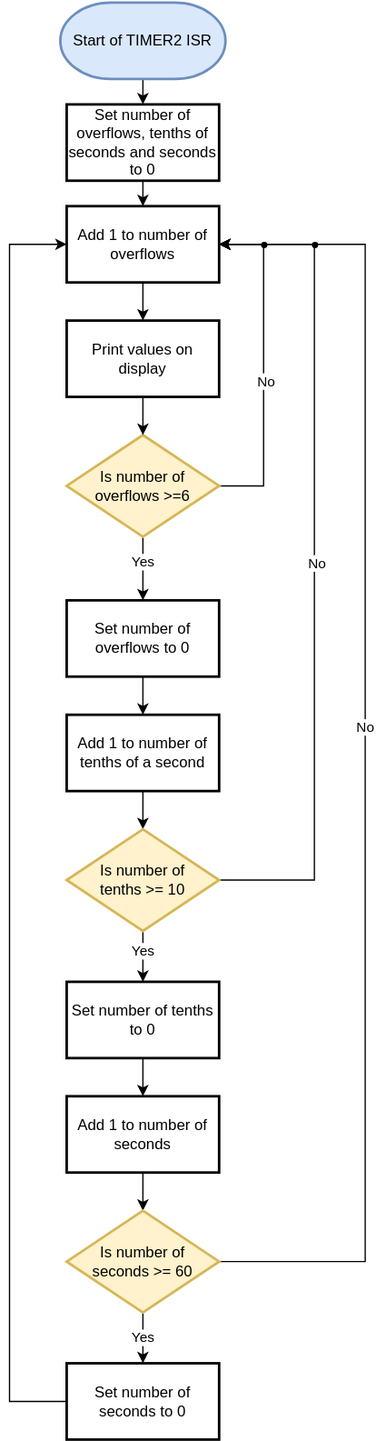
Dan5049/Digital-electronic-2 keeps this draw.io diagram as Labs/06-lcd/images/FlowChart.svg. Above is the earlier version. Source tidied: cells renumbered, new cells last; positions are measured from the earlier drawing's top-left corner, leaving out a move shared by most shapes. The source it was exported from:
```xml
<mxGraphModel>
  <root>
    <mxCell id="0" />
    <mxCell id="1" parent="0" />
    <mxCell id="2" style="edgeStyle=orthogonalEdgeStyle;rounded=0;jettySize=auto;html=1;exitX=0.5;exitY=1;exitDx=0;exitDy=0;exitPerimeter=0;entryX=0.5;entryY=0;entryDx=0;entryDy=0;" parent="1" edge="1" source="3" target="29">
      <mxGeometry relative="1" as="geometry" />
    </mxCell>
    <mxCell id="3" value="Start of TIMER2 ISR" style="strokeWidth=2;html=1;shape=mxgraph.flowchart.terminator;whiteSpace=wrap;rounded=1;glass=0;fillColor=#dae8fc;strokeColor=#6c8ebf;" parent="1" vertex="1">
      <mxGeometry x="40" width="130" height="60" as="geometry" />
    </mxCell>
    <mxCell id="4" style="edgeStyle=orthogonalEdgeStyle;rounded=0;jettySize=auto;html=1;" parent="1" edge="1" source="5" target="31">
      <mxGeometry relative="1" as="geometry" />
    </mxCell>
    <mxCell id="5" value="Add 1 to number of overflows" style="whiteSpace=wrap;html=1;rounded=0;strokeWidth=2;glass=0;" parent="1" vertex="1">
      <mxGeometry x="45" y="160" width="120" height="60" as="geometry" />
    </mxCell>
    <mxCell id="6" style="edgeStyle=orthogonalEdgeStyle;rounded=0;jettySize=auto;html=1;exitX=1;exitY=0.5;exitDx=0;exitDy=0;entryX=1;entryY=0.5;entryDx=0;entryDy=0;" parent="1" edge="1" source="9" target="5">
      <mxGeometry relative="1" as="geometry">
        <Array as="points">
          <mxPoint x="200" y="380" />
          <mxPoint x="200" y="190" />
        </Array>
      </mxGeometry>
    </mxCell>
    <mxCell id="7" value="No" style="edgeLabel;html=1;align=center;verticalAlign=middle;" parent="6" vertex="1">
      <mxGeometry x="-0.09" y="-2" relative="1" as="geometry" />
    </mxCell>
    <mxCell id="8" value="Yes" style="edgeStyle=orthogonalEdgeStyle;rounded=0;jettySize=auto;html=1;exitX=0.5;exitY=1;exitDx=0;exitDy=0;entryX=0.5;entryY=0;entryDx=0;entryDy=0;" parent="1" edge="1" source="9" target="23">
      <mxGeometry x="-0.2" relative="1" as="geometry" />
    </mxCell>
    <mxCell id="9" value="Is number of overflows &amp;gt;=6" style="rhombus;whiteSpace=wrap;html=1;rounded=0;strokeWidth=2;glass=0;fillColor=#fff2cc;strokeColor=#d6b656;" parent="1" vertex="1">
      <mxGeometry x="45" y="340" width="120" height="80" as="geometry" />
    </mxCell>
    <mxCell id="10" style="edgeStyle=orthogonalEdgeStyle;rounded=0;jettySize=auto;html=1;exitX=0.5;exitY=1;exitDx=0;exitDy=0;entryX=0.5;entryY=0;entryDx=0;entryDy=0;" parent="1" edge="1" source="11" target="15">
      <mxGeometry relative="1" as="geometry" />
    </mxCell>
    <mxCell id="11" value="Add 1 to number of tenths of a second" style="whiteSpace=wrap;html=1;rounded=0;strokeWidth=2;glass=0;" parent="1" vertex="1">
      <mxGeometry x="45" y="560" width="120" height="60" as="geometry" />
    </mxCell>
    <mxCell id="12" value="Yes" style="edgeStyle=orthogonalEdgeStyle;rounded=0;jettySize=auto;html=1;exitX=0.5;exitY=1;exitDx=0;exitDy=0;entryX=0.5;entryY=0;entryDx=0;entryDy=0;" parent="1" edge="1" source="15" target="25">
      <mxGeometry x="-0.2" relative="1" as="geometry" />
    </mxCell>
    <mxCell id="13" style="edgeStyle=orthogonalEdgeStyle;rounded=0;jettySize=auto;html=1;exitX=1;exitY=0.5;exitDx=0;exitDy=0;entryX=1;entryY=0.5;entryDx=0;entryDy=0;" parent="1" edge="1" source="15" target="5">
      <mxGeometry relative="1" as="geometry">
        <Array as="points">
          <mxPoint x="240" y="690" />
          <mxPoint x="240" y="190" />
        </Array>
      </mxGeometry>
    </mxCell>
    <mxCell id="14" value="No" style="edgeLabel;html=1;align=center;verticalAlign=middle;" parent="13" vertex="1">
      <mxGeometry x="-0.2" y="-2" relative="1" as="geometry">
        <mxPoint y="-64" as="offset" />
      </mxGeometry>
    </mxCell>
    <mxCell id="15" value="Is number of &lt;br&gt;tenths &amp;gt;= 10" style="rhombus;whiteSpace=wrap;html=1;rounded=0;strokeWidth=2;glass=0;fillColor=#fff2cc;strokeColor=#d6b656;" parent="1" vertex="1">
      <mxGeometry x="45" y="650" width="120" height="80" as="geometry" />
    </mxCell>
    <mxCell id="16" style="edgeStyle=orthogonalEdgeStyle;rounded=0;jettySize=auto;html=1;exitX=0.5;exitY=1;exitDx=0;exitDy=0;entryX=0.5;entryY=0;entryDx=0;entryDy=0;" parent="1" edge="1" source="17" target="21">
      <mxGeometry relative="1" as="geometry" />
    </mxCell>
    <mxCell id="17" value="Add 1 to number of seconds" style="whiteSpace=wrap;html=1;rounded=0;strokeWidth=2;glass=0;" parent="1" vertex="1">
      <mxGeometry x="45" y="860" width="120" height="60" as="geometry" />
    </mxCell>
    <mxCell id="18" value="Yes" style="edgeStyle=orthogonalEdgeStyle;rounded=0;jettySize=auto;html=1;exitX=0.5;exitY=1;exitDx=0;exitDy=0;entryX=0.5;entryY=0;entryDx=0;entryDy=0;" parent="1" edge="1" source="21" target="27">
      <mxGeometry relative="1" as="geometry" />
    </mxCell>
    <mxCell id="19" style="edgeStyle=orthogonalEdgeStyle;rounded=0;jettySize=auto;html=1;exitX=1;exitY=0.5;exitDx=0;exitDy=0;entryX=1;entryY=0.5;entryDx=0;entryDy=0;" parent="1" edge="1" source="21" target="5">
      <mxGeometry relative="1" as="geometry">
        <Array as="points">
          <mxPoint x="280" y="990" />
          <mxPoint x="280" y="190" />
        </Array>
      </mxGeometry>
    </mxCell>
    <mxCell id="20" value="No" style="edgeLabel;html=1;align=center;verticalAlign=middle;" parent="19" vertex="1">
      <mxGeometry x="-0.4" y="-3" relative="1" as="geometry">
        <mxPoint x="-3" y="-227" as="offset" />
      </mxGeometry>
    </mxCell>
    <mxCell id="21" value="Is number of &lt;br&gt;seconds &amp;gt;= 60" style="rhombus;whiteSpace=wrap;html=1;rounded=0;strokeWidth=2;glass=0;fillColor=#fff2cc;strokeColor=#d6b656;" parent="1" vertex="1">
      <mxGeometry x="45" y="950" width="120" height="80" as="geometry" />
    </mxCell>
    <mxCell id="22" style="edgeStyle=orthogonalEdgeStyle;rounded=0;jettySize=auto;html=1;exitX=0.5;exitY=1;exitDx=0;exitDy=0;entryX=0.5;entryY=0;entryDx=0;entryDy=0;" parent="1" edge="1" source="23" target="11">
      <mxGeometry relative="1" as="geometry" />
    </mxCell>
    <mxCell id="23" value="Set number of overflows to 0" style="whiteSpace=wrap;html=1;rounded=0;strokeWidth=2;glass=0;" parent="1" vertex="1">
      <mxGeometry x="45" y="470" width="120" height="60" as="geometry" />
    </mxCell>
    <mxCell id="24" style="edgeStyle=orthogonalEdgeStyle;rounded=0;jettySize=auto;html=1;exitX=0.5;exitY=1;exitDx=0;exitDy=0;entryX=0.5;entryY=0;entryDx=0;entryDy=0;" parent="1" edge="1" source="25" target="17">
      <mxGeometry relative="1" as="geometry" />
    </mxCell>
    <mxCell id="25" value="Set number of tenths to 0" style="whiteSpace=wrap;html=1;rounded=0;strokeWidth=2;glass=0;" parent="1" vertex="1">
      <mxGeometry x="45" y="770" width="120" height="60" as="geometry" />
    </mxCell>
    <mxCell id="26" style="edgeStyle=orthogonalEdgeStyle;rounded=0;jettySize=auto;html=1;exitX=0;exitY=0.5;exitDx=0;exitDy=0;entryX=0;entryY=0.5;entryDx=0;entryDy=0;" parent="1" edge="1" source="27" target="5">
      <mxGeometry relative="1" as="geometry">
        <Array as="points">
          <mxPoint y="1100" />
          <mxPoint y="190" />
        </Array>
      </mxGeometry>
    </mxCell>
    <mxCell id="27" value="Set number of seconds to 0" style="whiteSpace=wrap;html=1;rounded=0;strokeWidth=2;glass=0;" parent="1" vertex="1">
      <mxGeometry x="45" y="1070" width="120" height="60" as="geometry" />
    </mxCell>
    <mxCell id="28" style="edgeStyle=orthogonalEdgeStyle;rounded=0;jettySize=auto;html=1;exitX=0.5;exitY=1;exitDx=0;exitDy=0;entryX=0.5;entryY=0;entryDx=0;entryDy=0;" parent="1" edge="1" source="29" target="5">
      <mxGeometry relative="1" as="geometry" />
    </mxCell>
    <mxCell id="29" value="Set number of overflows, tenths of seconds and seconds to 0" style="whiteSpace=wrap;html=1;rounded=0;strokeWidth=2;glass=0;" parent="1" vertex="1">
      <mxGeometry x="45" y="80" width="120" height="60" as="geometry" />
    </mxCell>
    <mxCell id="30" style="edgeStyle=orthogonalEdgeStyle;rounded=0;jettySize=auto;html=1;exitX=0.5;exitY=1;exitDx=0;exitDy=0;entryX=0.5;entryY=0;entryDx=0;entryDy=0;" parent="1" edge="1" source="31" target="9">
      <mxGeometry relative="1" as="geometry" />
    </mxCell>
    <mxCell id="31" value="Print values on display" style="whiteSpace=wrap;html=1;rounded=0;strokeWidth=2;glass=0;" parent="1" vertex="1">
      <mxGeometry x="45" y="250" width="120" height="60" as="geometry" />
    </mxCell>
    <mxCell id="32" style="ellipse;whiteSpace=wrap;html=1;rounded=0;strokeWidth=2;fillColor=#000000;" parent="1" vertex="1">
      <mxGeometry x="199" y="189" width="3" height="3" as="geometry" />
    </mxCell>
    <mxCell id="33" style="ellipse;whiteSpace=wrap;html=1;rounded=0;strokeWidth=2;fillColor=#000000;" parent="1" vertex="1">
      <mxGeometry x="239" y="189" width="3" height="3" as="geometry" />
    </mxCell>
  </root>
</mxGraphModel>
```
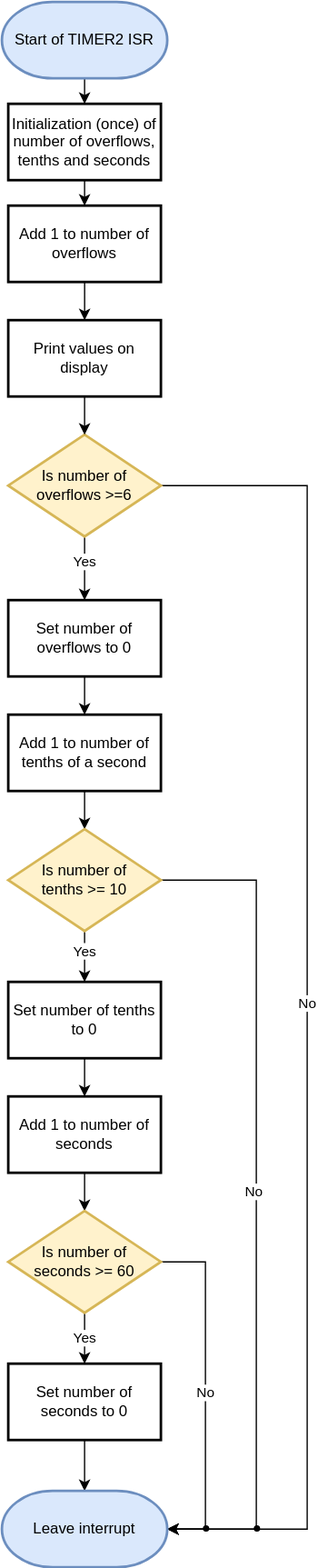
After the change.

Change to the diagram source:
```diff
@@ -14,20 +14,17 @@
     <mxCell id="5" value="Add 1 to number of overflows" style="whiteSpace=wrap;html=1;rounded=0;strokeWidth=2;glass=0;" parent="1" vertex="1">
       <mxGeometry x="45" y="160" width="120" height="60" as="geometry" />
     </mxCell>
-    <mxCell id="6" style="edgeStyle=orthogonalEdgeStyle;rounded=0;jettySize=auto;html=1;exitX=1;exitY=0.5;exitDx=0;exitDy=0;entryX=1;entryY=0.5;entryDx=0;entryDy=0;" parent="1" edge="1" source="9" target="5">
-      <mxGeometry relative="1" as="geometry">
-        <Array as="points">
-          <mxPoint x="200" y="380" />
-          <mxPoint x="200" y="190" />
-        </Array>
-      </mxGeometry>
-    </mxCell>
-    <mxCell id="7" value="No" style="edgeLabel;html=1;align=center;verticalAlign=middle;" parent="6" vertex="1">
-      <mxGeometry x="-0.09" y="-2" relative="1" as="geometry" />
-    </mxCell>
     <mxCell id="8" value="Yes" style="edgeStyle=orthogonalEdgeStyle;rounded=0;jettySize=auto;html=1;exitX=0.5;exitY=1;exitDx=0;exitDy=0;entryX=0.5;entryY=0;entryDx=0;entryDy=0;" parent="1" edge="1" source="9" target="23">
       <mxGeometry x="-0.2" relative="1" as="geometry" />
     </mxCell>
+    <mxCell id="34" value="No" style="edgeStyle=orthogonalEdgeStyle;rounded=0;jettySize=auto;html=1;exitX=1;exitY=0.5;exitDx=0;exitDy=0;entryX=1;entryY=0.5;entryDx=0;entryDy=0;entryPerimeter=0;labelBackgroundColor=default;fontColor=default;strokeColor=default;" parent="1" edge="1" source="9" target="39">
+      <mxGeometry relative="1" as="geometry">
+        <Array as="points">
+          <mxPoint x="280" y="380" />
+          <mxPoint x="280" y="1200" />
+        </Array>
+      </mxGeometry>
+    </mxCell>
     <mxCell id="9" value="Is number of overflows &amp;gt;=6" style="rhombus;whiteSpace=wrap;html=1;rounded=0;strokeWidth=2;glass=0;fillColor=#fff2cc;strokeColor=#d6b656;" parent="1" vertex="1">
       <mxGeometry x="45" y="340" width="120" height="80" as="geometry" />
     </mxCell>
@@ -40,19 +37,17 @@
     <mxCell id="12" value="Yes" style="edgeStyle=orthogonalEdgeStyle;rounded=0;jettySize=auto;html=1;exitX=0.5;exitY=1;exitDx=0;exitDy=0;entryX=0.5;entryY=0;entryDx=0;entryDy=0;" parent="1" edge="1" source="15" target="25">
       <mxGeometry x="-0.2" relative="1" as="geometry" />
     </mxCell>
-    <mxCell id="13" style="edgeStyle=orthogonalEdgeStyle;rounded=0;jettySize=auto;html=1;exitX=1;exitY=0.5;exitDx=0;exitDy=0;entryX=1;entryY=0.5;entryDx=0;entryDy=0;" parent="1" edge="1" source="15" target="5">
-      <mxGeometry relative="1" as="geometry">
-        <Array as="points">
-          <mxPoint x="240" y="690" />
-          <mxPoint x="240" y="190" />
-        </Array>
-      </mxGeometry>
-    </mxCell>
-    <mxCell id="14" value="No" style="edgeLabel;html=1;align=center;verticalAlign=middle;" parent="13" vertex="1">
-      <mxGeometry x="-0.2" y="-2" relative="1" as="geometry">
-        <mxPoint y="-64" as="offset" />
-      </mxGeometry>
-    </mxCell>
+    <mxCell id="35" style="edgeStyle=orthogonalEdgeStyle;rounded=0;jettySize=auto;html=1;exitX=1;exitY=0.5;exitDx=0;exitDy=0;entryX=1;entryY=0.5;entryDx=0;entryDy=0;entryPerimeter=0;labelBackgroundColor=default;fontColor=default;strokeColor=default;" parent="1" edge="1" source="15" target="39">
+      <mxGeometry relative="1" as="geometry">
+        <Array as="points">
+          <mxPoint x="240" y="690" />
+          <mxPoint x="240" y="1200" />
+        </Array>
+      </mxGeometry>
+    </mxCell>
+    <mxCell id="36" value="No" style="edgeLabel;html=1;align=center;verticalAlign=middle;fontColor=default;" parent="35" vertex="1">
+      <mxGeometry x="-0.02" y="-2" relative="1" as="geometry" />
+    </mxCell>
     <mxCell id="15" value="Is number of &lt;br&gt;tenths &amp;gt;= 10" style="rhombus;whiteSpace=wrap;html=1;rounded=0;strokeWidth=2;glass=0;fillColor=#fff2cc;strokeColor=#d6b656;" parent="1" vertex="1">
       <mxGeometry x="45" y="650" width="120" height="80" as="geometry" />
     </mxCell>
@@ -65,19 +60,14 @@
     <mxCell id="18" value="Yes" style="edgeStyle=orthogonalEdgeStyle;rounded=0;jettySize=auto;html=1;exitX=0.5;exitY=1;exitDx=0;exitDy=0;entryX=0.5;entryY=0;entryDx=0;entryDy=0;" parent="1" edge="1" source="21" target="27">
       <mxGeometry relative="1" as="geometry" />
     </mxCell>
-    <mxCell id="19" style="edgeStyle=orthogonalEdgeStyle;rounded=0;jettySize=auto;html=1;exitX=1;exitY=0.5;exitDx=0;exitDy=0;entryX=1;entryY=0.5;entryDx=0;entryDy=0;" parent="1" edge="1" source="21" target="5">
-      <mxGeometry relative="1" as="geometry">
-        <Array as="points">
-          <mxPoint x="280" y="990" />
-          <mxPoint x="280" y="190" />
-        </Array>
-      </mxGeometry>
-    </mxCell>
-    <mxCell id="20" value="No" style="edgeLabel;html=1;align=center;verticalAlign=middle;" parent="19" vertex="1">
-      <mxGeometry x="-0.4" y="-3" relative="1" as="geometry">
-        <mxPoint x="-3" y="-227" as="offset" />
-      </mxGeometry>
-    </mxCell>
+    <mxCell id="37" value="No" style="edgeStyle=orthogonalEdgeStyle;rounded=0;jettySize=auto;html=1;exitX=1;exitY=0.5;exitDx=0;exitDy=0;entryX=1;entryY=0.5;entryDx=0;entryDy=0;entryPerimeter=0;labelBackgroundColor=default;fontColor=default;strokeColor=default;" parent="1" edge="1" source="21" target="39">
+      <mxGeometry relative="1" as="geometry">
+        <Array as="points">
+          <mxPoint x="200" y="990" />
+          <mxPoint x="200" y="1200" />
+        </Array>
+      </mxGeometry>
+    </mxCell>
     <mxCell id="21" value="Is number of &lt;br&gt;seconds &amp;gt;= 60" style="rhombus;whiteSpace=wrap;html=1;rounded=0;strokeWidth=2;glass=0;fillColor=#fff2cc;strokeColor=#d6b656;" parent="1" vertex="1">
       <mxGeometry x="45" y="950" width="120" height="80" as="geometry" />
     </mxCell>
@@ -93,21 +83,16 @@
     <mxCell id="25" value="Set number of tenths to 0" style="whiteSpace=wrap;html=1;rounded=0;strokeWidth=2;glass=0;" parent="1" vertex="1">
       <mxGeometry x="45" y="770" width="120" height="60" as="geometry" />
     </mxCell>
-    <mxCell id="26" style="edgeStyle=orthogonalEdgeStyle;rounded=0;jettySize=auto;html=1;exitX=0;exitY=0.5;exitDx=0;exitDy=0;entryX=0;entryY=0.5;entryDx=0;entryDy=0;" parent="1" edge="1" source="27" target="5">
-      <mxGeometry relative="1" as="geometry">
-        <Array as="points">
-          <mxPoint y="1100" />
-          <mxPoint y="190" />
-        </Array>
-      </mxGeometry>
-    </mxCell>
+    <mxCell id="38" style="edgeStyle=orthogonalEdgeStyle;rounded=0;jettySize=auto;html=1;exitX=0.5;exitY=1;exitDx=0;exitDy=0;entryX=0.5;entryY=0;entryDx=0;entryDy=0;entryPerimeter=0;fontColor=default;" parent="1" edge="1" source="27" target="39">
+      <mxGeometry relative="1" as="geometry" />
+    </mxCell>
     <mxCell id="27" value="Set number of seconds to 0" style="whiteSpace=wrap;html=1;rounded=0;strokeWidth=2;glass=0;" parent="1" vertex="1">
       <mxGeometry x="45" y="1070" width="120" height="60" as="geometry" />
     </mxCell>
     <mxCell id="28" style="edgeStyle=orthogonalEdgeStyle;rounded=0;jettySize=auto;html=1;exitX=0.5;exitY=1;exitDx=0;exitDy=0;entryX=0.5;entryY=0;entryDx=0;entryDy=0;" parent="1" edge="1" source="29" target="5">
       <mxGeometry relative="1" as="geometry" />
     </mxCell>
-    <mxCell id="29" value="Set number of overflows, tenths of seconds and seconds to 0" style="whiteSpace=wrap;html=1;rounded=0;strokeWidth=2;glass=0;" parent="1" vertex="1">
+    <mxCell id="29" value="Initialization (once) of number of overflows, tenths and seconds" style="whiteSpace=wrap;html=1;rounded=0;strokeWidth=2;glass=0;" parent="1" vertex="1">
       <mxGeometry x="45" y="80" width="120" height="60" as="geometry" />
     </mxCell>
     <mxCell id="30" style="edgeStyle=orthogonalEdgeStyle;rounded=0;jettySize=auto;html=1;exitX=0.5;exitY=1;exitDx=0;exitDy=0;entryX=0.5;entryY=0;entryDx=0;entryDy=0;" parent="1" edge="1" source="31" target="9">
@@ -116,11 +101,14 @@
     <mxCell id="31" value="Print values on display" style="whiteSpace=wrap;html=1;rounded=0;strokeWidth=2;glass=0;" parent="1" vertex="1">
       <mxGeometry x="45" y="250" width="120" height="60" as="geometry" />
     </mxCell>
-    <mxCell id="32" style="ellipse;whiteSpace=wrap;html=1;rounded=0;strokeWidth=2;fillColor=#000000;" parent="1" vertex="1">
-      <mxGeometry x="199" y="189" width="3" height="3" as="geometry" />
+    <mxCell id="32" style="ellipse;whiteSpace=wrap;html=1;rounded=0;strokeWidth=2;fillColor=#000000;strokeColor=default;fontColor=default;" parent="1" vertex="1">
+      <mxGeometry x="199" y="1198" width="3" height="3" as="geometry" />
     </mxCell>
-    <mxCell id="33" style="ellipse;whiteSpace=wrap;html=1;rounded=0;strokeWidth=2;fillColor=#000000;" parent="1" vertex="1">
-      <mxGeometry x="239" y="189" width="3" height="3" as="geometry" />
+    <mxCell id="33" style="ellipse;whiteSpace=wrap;html=1;rounded=0;strokeWidth=2;fillColor=#000000;strokeColor=default;fontColor=default;" parent="1" vertex="1">
+      <mxGeometry x="239" y="1198" width="3" height="3" as="geometry" />
     </mxCell>
+    <mxCell id="39" value="Leave interrupt" style="strokeWidth=2;html=1;shape=mxgraph.flowchart.terminator;whiteSpace=wrap;rounded=1;glass=0;fillColor=#dae8fc;strokeColor=#6c8ebf;fontColor=default;" parent="1" vertex="1">
+      <mxGeometry x="40" y="1170" width="130" height="60" as="geometry" />
+    </mxCell>
   </root>
 </mxGraphModel>
```
